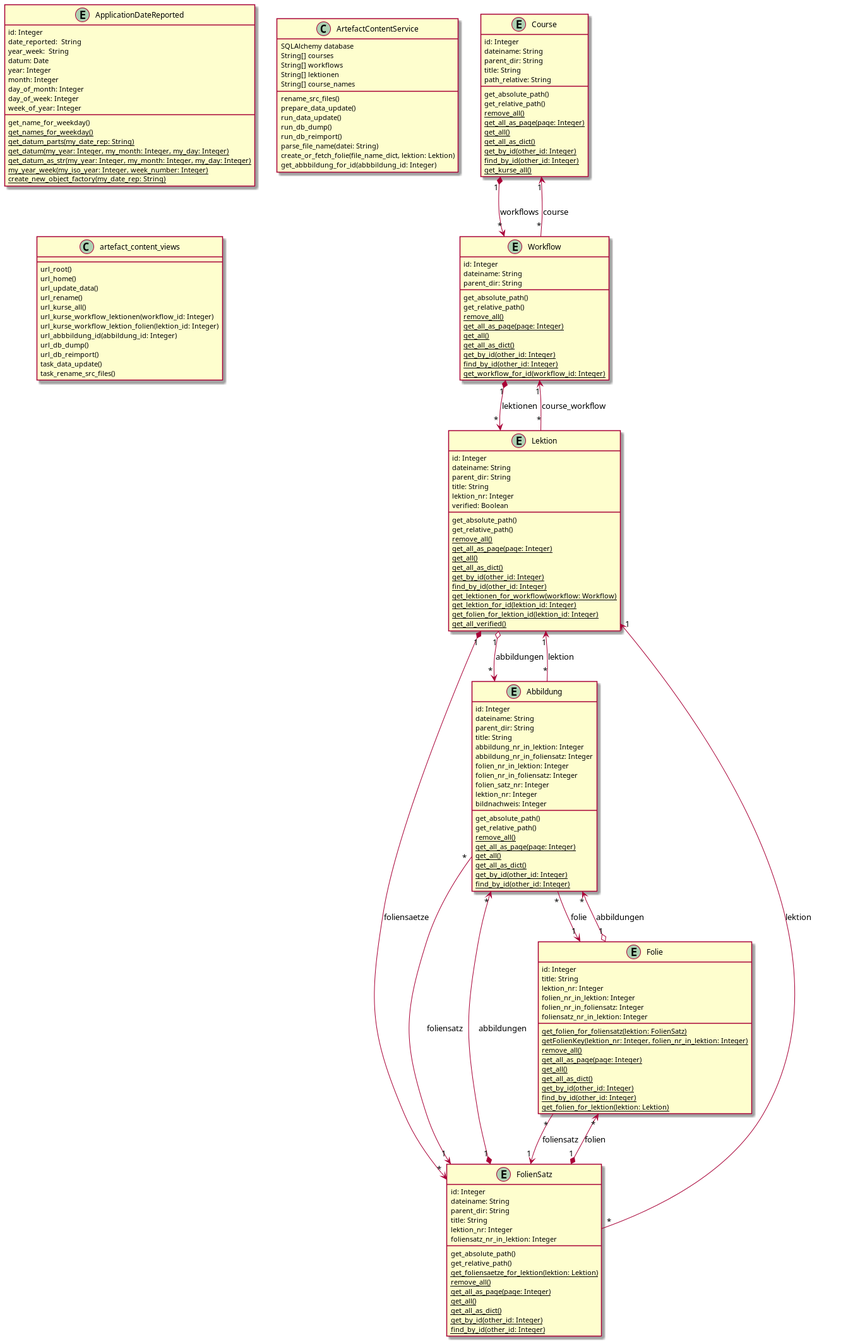
Earlier version of the PlantUML export docs/uml_blueprints/ecdc/ecdc_domain_model.png (thomaswoehlke/covid19python).
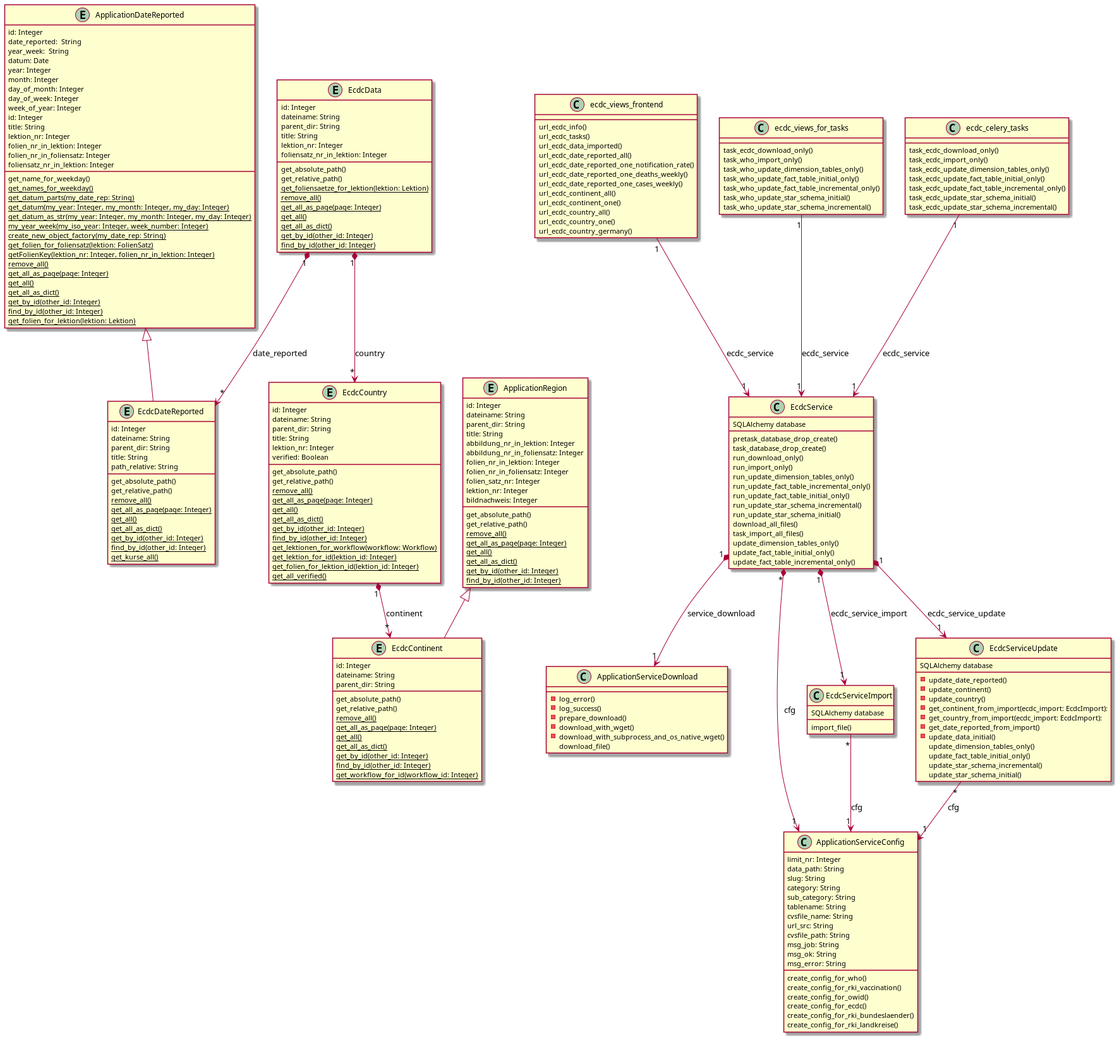
The same file after the commit.

What changed in the source:
```diff
@@ -17,7 +17,7 @@
 	{classifier} my_year_week(my_iso_year: Integer, week_number: Integer)
 	{classifier} create_new_object_factory(my_date_rep: String)
 }
-entity Course {
+entity EcdcDateReported {
     id: Integer
     dateiname: String
     parent_dir: String
@@ -33,7 +33,7 @@
     {classifier} find_by_id(other_id: Integer)
     {classifier} get_kurse_all()
 }
-entity Workflow {
+entity EcdcContinent {
     id: Integer
     dateiname: String
     parent_dir: String
@@ -47,7 +47,7 @@
     {classifier} find_by_id(other_id: Integer)
     {classifier} get_workflow_for_id(workflow_id: Integer)
 }
-entity Lektion {
+entity EcdcCountry {
     id: Integer
     dateiname: String
     parent_dir: String
@@ -67,7 +67,7 @@
     {classifier} get_folien_for_lektion_id(lektion_id: Integer)
     {classifier} get_all_verified()
 }
-entity FolienSatz {
+entity EcdcData {
     id: Integer
     dateiname: String
     parent_dir: String
@@ -84,7 +84,7 @@
     {classifier} get_by_id(other_id: Integer)
     {classifier} find_by_id(other_id: Integer)
 }
-entity Folie {
+entity ApplicationDateReported {
     id: Integer
     title: String
     lektion_nr: Integer
@@ -101,7 +101,7 @@
     {classifier} find_by_id(other_id: Integer)
     {classifier} get_folien_for_lektion(lektion: Lektion)
 }
-entity Abbildung {
+entity ApplicationRegion {
     id: Integer
     dateiname: String
     parent_dir: String
@@ -122,47 +122,113 @@
     {classifier} get_by_id(other_id: Integer)
     {classifier} find_by_id(other_id: Integer)
 }
-Course "1" *--> "*" Workflow: workflows
-Workflow "*" --> "1" Course:  course
-Workflow "1" *--> "*" Lektion: lektionen
-Lektion "*" --> "1" Workflow: course_workflow
-Lektion "1" o--> "*" Abbildung: abbildungen
-Abbildung "*" --> "1" Lektion: lektion
-Lektion "1" *--> "*" FolienSatz: foliensaetze
-FolienSatz "*" --> "1" Lektion: lektion
-FolienSatz "1" *--> "*" Folie: folien
-FolienSatz "1" *--> "*" Abbildung: abbildungen
-Folie "*" --> "1" FolienSatz: foliensatz
-Folie "1" o--> "*" Abbildung: abbildungen
-Abbildung "*" --> "1" Folie: folie
-Abbildung "*" --> "1" FolienSatz: foliensatz
-class ArtefactContentService {
-    rename_src_files()
-    prepare_data_update()
-    run_data_update()
-    run_db_dump()
-    run_db_reimport()
-    parse_file_name(datei: String)
-    create_or_fetch_folie(file_name_dict, lektion: Lektion)
-    get_abbbildung_for_id(abbbildung_id: Integer)
+class ApplicationServiceDownload {
+	-log_error()
+	-log_success()
+	-prepare_download()
+	-download_with_wget()
+	-download_with_subprocess_and_os_native_wget()
+	download_file()
 }
-ArtefactContentService : SQLAlchemy database
-ArtefactContentService : String[] courses
-ArtefactContentService : String[] workflows
-ArtefactContentService : String[] lektionen
-ArtefactContentService : String[] course_names
-class artefact_content_views {
-    url_root()
-    url_home()
-    url_update_data()
-    url_rename()
-    url_kurse_all()
-    url_kurse_workflow_lektionen(workflow_id: Integer)
-    url_kurse_workflow_lektion_folien(lektion_id: Integer)
-    url_abbbildung_id(abbildung_id: Integer)
-    url_db_dump()
-    url_db_reimport()
-    task_data_update()
-    task_rename_src_files()
+class ApplicationServiceConfig {
+	limit_nr: Integer
+    data_path: String
+    slug: String
+    category: String
+    sub_category: String
+    tablename: String
+    cvsfile_name: String
+    url_src: String
+    cvsfile_path: String
+    msg_job: String
+    msg_ok: String
+    msg_error: String
+	create_config_for_who()
+	create_config_for_rki_vaccination()
+	create_config_for_owid()
+	create_config_for_ecdc()
+	create_config_for_rki_bundeslaender()
+	create_config_for_rki_landkreise()
 }
+class EcdcService {
+	pretask_database_drop_create()
+	task_database_drop_create()
+	run_download_only()
+	run_import_only()
+	run_update_dimension_tables_only()
+	run_update_fact_table_incremental_only()
+	run_update_fact_table_initial_only()
+	run_update_star_schema_incremental()
+	run_update_star_schema_initial()
+	download_all_files()
+	task_import_all_files()
+	update_dimension_tables_only()
+	update_fact_table_initial_only()
+	update_fact_table_incremental_only()
+}
+class EcdcServiceImport {
+	import_file()
+}
+class EcdcServiceUpdate {
+	-update_date_reported()
+	-update_continent()
+	-update_country()
+	-get_continent_from_import(ecdc_import: EcdcImport):
+	-get_country_from_import(ecdc_import: EcdcImport):
+	-get_date_reported_from_import()
+	-update_data_initial()
+	update_dimension_tables_only()
+    update_fact_table_initial_only()
+    update_star_schema_incremental()
+	update_star_schema_initial()
+}
+class ecdc_views_frontend {
+	url_ecdc_info()
+	url_ecdc_tasks()
+	url_ecdc_data_imported()
+	url_ecdc_date_reported_all()
+	url_ecdc_date_reported_one_notification_rate()
+	url_ecdc_date_reported_one_deaths_weekly()
+	url_ecdc_date_reported_one_cases_weekly()
+	url_ecdc_continent_all()
+	url_ecdc_continent_one()
+	url_ecdc_country_all()
+	url_ecdc_country_one()
+	url_ecdc_country_germany()
+}
+class ecdc_views_for_tasks {
+	task_ecdc_download_only()
+	task_who_import_only()
+	task_who_update_dimension_tables_only()
+	task_who_update_fact_table_initial_only()
+	task_who_update_fact_table_incremental_only()
+	task_who_update_star_schema_initial()
+	task_who_update_star_schema_incremental()
+}
+class ecdc_celery_tasks {
+	task_ecdc_download_only()
+	task_ecdc_import_only()
+	task_ecdc_update_dimension_tables_only()
+	task_ecdc_update_fact_table_initial_only()
+	task_ecdc_update_fact_table_incremental_only()
+	task_ecdc_update_star_schema_initial()
+	task_ecdc_update_star_schema_incremental()
+}
+EcdcServiceImport : SQLAlchemy database
+EcdcServiceUpdate : SQLAlchemy database
+EcdcService : SQLAlchemy database
+ApplicationDateReported <|-- EcdcDateReported
+ApplicationRegion <|-- EcdcContinent
+EcdcCountry "1" *--> "*" EcdcContinent: continent
+EcdcData "1" *--> "*" EcdcCountry: country
+EcdcData "1" *--> "*" EcdcDateReported: date_reported
+EcdcService "*" *--> "1"  ApplicationServiceConfig: cfg
+EcdcServiceImport "*" --> "1"  ApplicationServiceConfig: cfg
+EcdcServiceUpdate "*" --> "1"  ApplicationServiceConfig: cfg
+EcdcService "1" *--> "1" EcdcServiceImport: ecdc_service_import
+EcdcService "1" *--> "1" EcdcServiceUpdate: ecdc_service_update
+EcdcService "1" *--> "1" ApplicationServiceDownload: service_download
+ecdc_views_frontend  "1" --> "1" EcdcService: ecdc_service
+ecdc_views_for_tasks  "1" --> "1" EcdcService: ecdc_service
+ecdc_celery_tasks  "1" --> "1" EcdcService: ecdc_service
 @enduml
```
